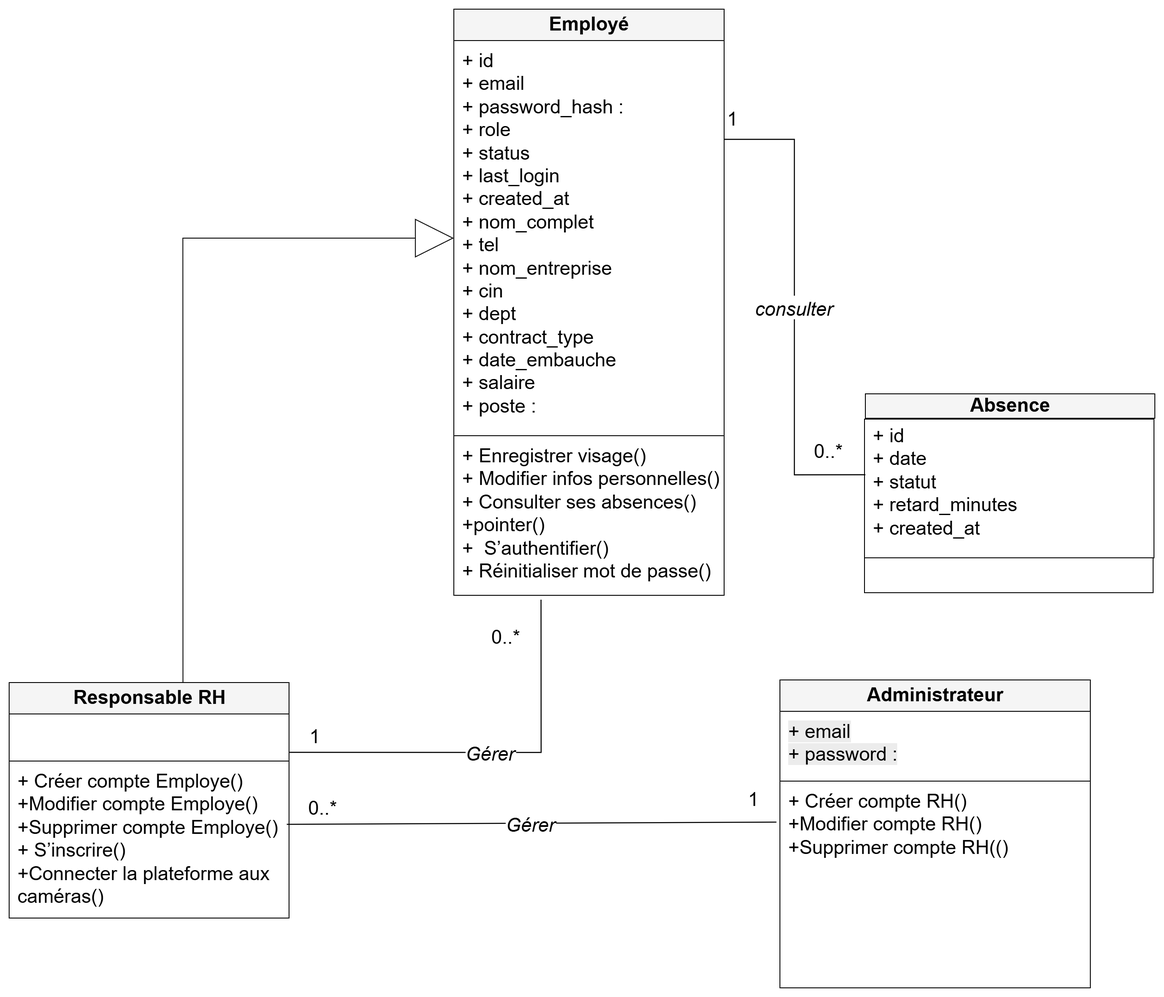
Earlier version of the draw.io export projet/images/classe finale/daigramme_de_classe_s2.png (louu7895/pfe). Source tidied: cells renumbered, new cells last; positions are measured from the earlier drawing's top-left corner, leaving out a move shared by most shapes.
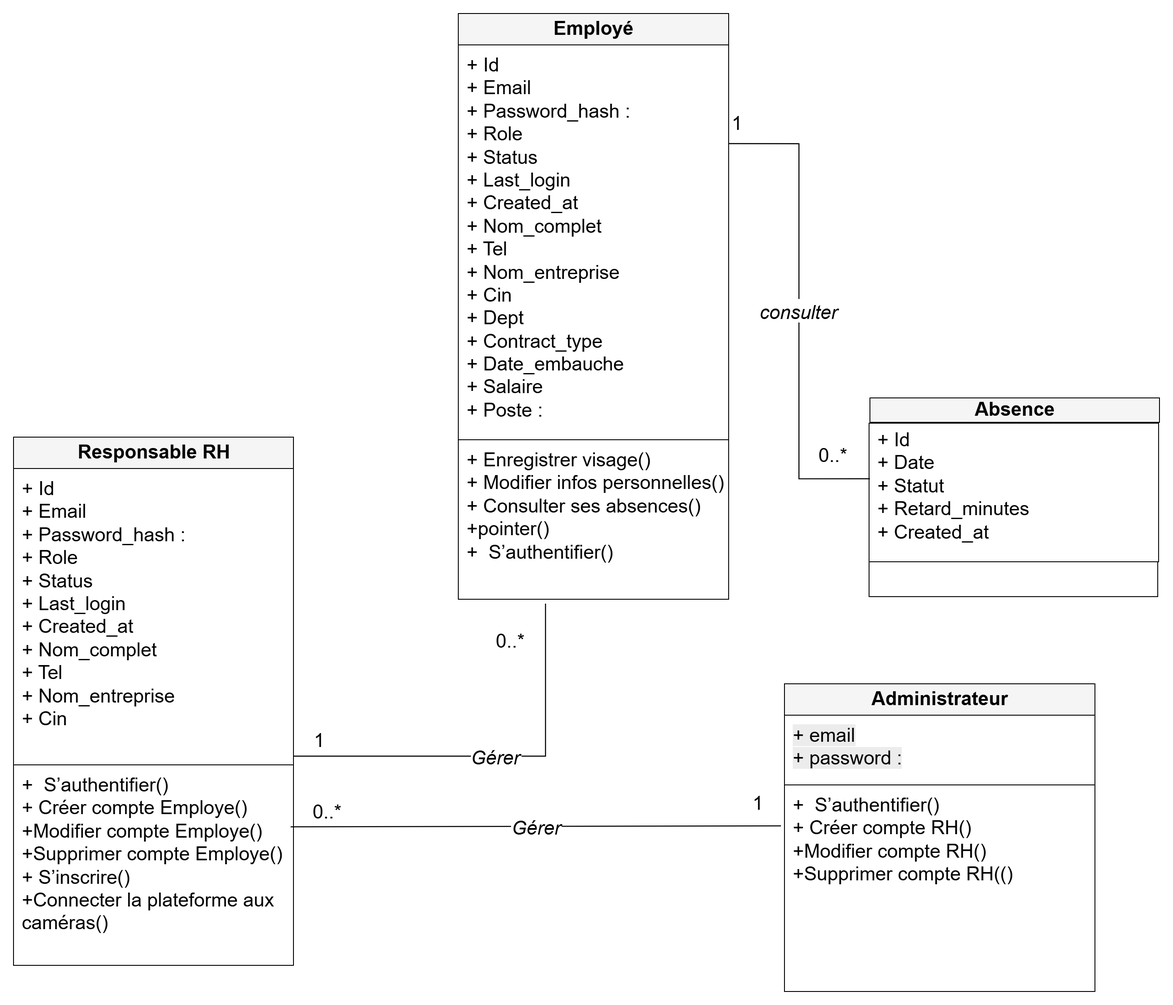
The same diagram one commit later.

Change to the diagram source:
```diff
@@ -3,13 +3,13 @@
     <mxCell id="0" />
     <mxCell id="1" parent="0" />
     <mxCell id="2" value="&lt;b&gt;Responsable&amp;nbsp;&lt;/b&gt;&lt;b&gt;RH&lt;/b&gt;" style="text;html=1;strokeColor=#000000;fillColor=#F5F5F5;align=center;verticalAlign=middle;fontSize=22;fontFamily=Helvetica;spacingTop=4;spacingBottom=4;" parent="1" vertex="1">
-      <mxGeometry y="772" width="321" height="36" as="geometry" />
+      <mxGeometry y="486" width="321" height="36" as="geometry" />
     </mxCell>
-    <mxCell id="3" style="text;html=1;strokeColor=#000000;fillColor=#FFFFFF;align=left;verticalAlign=top;fontSize=22;fontFamily=Helvetica;spacingLeft=8;spacingTop=4;spacingBottom=4;" parent="1" vertex="1">
-      <mxGeometry y="808" width="321" height="54" as="geometry" />
+    <mxCell id="3" value="&lt;div&gt;+ Id&amp;nbsp;&lt;br&gt;+ Email&lt;br&gt;+ Password_hash :&amp;nbsp;&lt;br&gt;+ Role&amp;nbsp;&lt;br&gt;+ Status&amp;nbsp;&lt;br&gt;+ Last_login&amp;nbsp;&lt;br&gt;+ Created_at&amp;nbsp;&lt;div&gt;+ Nom_complet&amp;nbsp;&amp;nbsp;&lt;br&gt;+ Tel&amp;nbsp;&lt;/div&gt;&lt;div&gt;+ Nom_entreprise&amp;nbsp;&lt;/div&gt;&lt;/div&gt;+ Cin&amp;nbsp;" style="text;html=1;strokeColor=#000000;fillColor=#FFFFFF;align=left;verticalAlign=top;fontSize=22;fontFamily=Helvetica;spacingLeft=8;spacingTop=4;spacingBottom=4;" parent="1" vertex="1">
+      <mxGeometry y="522" width="321" height="340" as="geometry" />
     </mxCell>
-    <mxCell id="4" value="+ Créer compte Employe()&lt;br&gt;+Modifier compte Employe()&lt;br&gt;+Supprimer compte Employe(&lt;span style=&quot;background-color: transparent; color: light-dark(rgb(0, 0, 0), rgb(255, 255, 255));&quot;&gt;)&lt;/span&gt;&lt;div&gt;&lt;span style=&quot;background-color: transparent; color: light-dark(rgb(0, 0, 0), rgb(255, 255, 255));&quot;&gt;+&amp;nbsp;&lt;/span&gt;&lt;span style=&quot;background-color: transparent; color: light-dark(rgb(0, 0, 0), rgb(255, 255, 255));&quot;&gt;S’inscrire()&lt;/span&gt;&lt;/div&gt;&lt;div&gt;&lt;span style=&quot;background-color: transparent; color: light-dark(rgb(0, 0, 0), rgb(255, 255, 255));&quot;&gt;+&lt;/span&gt;&lt;span style=&quot;background-color: transparent; color: light-dark(rgb(0, 0, 0), rgb(255, 255, 255));&quot;&gt;Connecter la plateforme aux&lt;br&gt;caméras()&lt;/span&gt;&lt;span style=&quot;background-color: transparent; color: light-dark(rgb(0, 0, 0), rgb(255, 255, 255));&quot;&gt;&lt;br&gt;&lt;/span&gt;&lt;/div&gt;" style="text;html=1;strokeColor=#000000;fillColor=#FFFFFF;align=left;verticalAlign=top;fontSize=22;fontFamily=Helvetica;spacingLeft=8;spacingTop=4;spacingBottom=4;" parent="1" vertex="1">
-      <mxGeometry y="862" width="321" height="180" as="geometry" />
+    <mxCell id="4" value="&lt;div&gt;+&amp;nbsp; S’authentifier()&lt;/div&gt;+ Créer compte Employe()&lt;br&gt;+Modifier compte Employe()&lt;br&gt;+Supprimer compte Employe(&lt;span style=&quot;background-color: transparent; color: light-dark(rgb(0, 0, 0), rgb(255, 255, 255));&quot;&gt;)&lt;/span&gt;&lt;div&gt;&lt;span style=&quot;background-color: transparent; color: light-dark(rgb(0, 0, 0), rgb(255, 255, 255));&quot;&gt;+&amp;nbsp;&lt;/span&gt;&lt;span style=&quot;background-color: transparent; color: light-dark(rgb(0, 0, 0), rgb(255, 255, 255));&quot;&gt;S’inscrire()&lt;/span&gt;&lt;/div&gt;&lt;div&gt;&lt;span style=&quot;background-color: transparent; color: light-dark(rgb(0, 0, 0), rgb(255, 255, 255));&quot;&gt;+&lt;/span&gt;&lt;span style=&quot;background-color: transparent; color: light-dark(rgb(0, 0, 0), rgb(255, 255, 255));&quot;&gt;Connecter la plateforme aux&lt;br&gt;caméras()&lt;/span&gt;&lt;span style=&quot;background-color: transparent; color: light-dark(rgb(0, 0, 0), rgb(255, 255, 255));&quot;&gt;&lt;br&gt;&lt;/span&gt;&lt;/div&gt;" style="text;html=1;strokeColor=#000000;fillColor=#FFFFFF;align=left;verticalAlign=top;fontSize=22;fontFamily=Helvetica;spacingLeft=8;spacingTop=4;spacingBottom=4;" parent="1" vertex="1">
+      <mxGeometry y="862" width="321" height="230" as="geometry" />
     </mxCell>
     <mxCell id="5" value="&lt;b&gt;Administrateur&lt;/b&gt;" style="text;html=1;strokeColor=#000000;fillColor=#F5F5F5;align=center;verticalAlign=middle;fontSize=22;fontFamily=Helvetica;spacingTop=4;spacingBottom=4;" parent="1" vertex="1">
       <mxGeometry x="884" y="769" width="356" height="36" as="geometry" />
@@ -17,7 +17,7 @@
     <mxCell id="6" value="&lt;span style=&quot;color: rgb(0, 0, 0); font-family: Helvetica; font-style: normal; font-variant-ligatures: normal; font-variant-caps: normal; font-weight: 400; letter-spacing: normal; orphans: 2; text-align: left; text-indent: 0px; text-transform: none; widows: 2; word-spacing: 0px; -webkit-text-stroke-width: 0px; white-space: nowrap; background-color: rgb(236, 236, 236); text-decoration-thickness: initial; text-decoration-style: initial; text-decoration-color: initial; float: none; display: inline !important;&quot;&gt;+ email&lt;/span&gt;&lt;br style=&quot;forced-color-adjust: none; color: rgb(0, 0, 0); font-family: Helvetica; font-style: normal; font-variant-ligatures: normal; font-variant-caps: normal; font-weight: 400; letter-spacing: normal; orphans: 2; text-align: left; text-indent: 0px; text-transform: none; widows: 2; word-spacing: 0px; -webkit-text-stroke-width: 0px; white-space: nowrap; background-color: rgb(236, 236, 236); text-decoration-thickness: initial; text-decoration-style: initial; text-decoration-color: initial;&quot;&gt;&lt;span style=&quot;color: rgb(0, 0, 0); font-family: Helvetica; font-style: normal; font-variant-ligatures: normal; font-variant-caps: normal; font-weight: 400; letter-spacing: normal; orphans: 2; text-align: left; text-indent: 0px; text-transform: none; widows: 2; word-spacing: 0px; -webkit-text-stroke-width: 0px; white-space: nowrap; background-color: rgb(236, 236, 236); text-decoration-thickness: initial; text-decoration-style: initial; text-decoration-color: initial; float: none; display: inline !important;&quot;&gt;+ password :&lt;/span&gt;" style="text;html=1;strokeColor=#000000;fillColor=#FFFFFF;align=left;verticalAlign=top;fontSize=22;fontFamily=Helvetica;spacingLeft=8;spacingTop=4;spacingBottom=4;" parent="1" vertex="1">
       <mxGeometry x="884" y="805" width="356" height="80" as="geometry" />
     </mxCell>
-    <mxCell id="7" value="+ Créer compte RH()&lt;br&gt;+Modifier compte RH()&lt;br&gt;+Supprimer compte RH(()&lt;div&gt;&lt;br&gt;&lt;div&gt;&lt;br&gt;&lt;/div&gt;&lt;/div&gt;" style="text;html=1;strokeColor=#000000;fillColor=#FFFFFF;align=left;verticalAlign=top;fontSize=22;fontFamily=Helvetica;spacingLeft=8;spacingTop=4;spacingBottom=4;" parent="1" vertex="1">
+    <mxCell id="7" value="&lt;div&gt;&lt;span style=&quot;background-color: transparent; color: light-dark(rgb(0, 0, 0), rgb(255, 255, 255));&quot;&gt;+&amp;nbsp; S’authentifier()&lt;/span&gt;&lt;/div&gt;&lt;div&gt;+ Créer compte RH()&lt;br&gt;+Modifier compte RH()&lt;br&gt;+Supprimer compte RH(()&lt;div&gt;&lt;br&gt;&lt;div&gt;&lt;br&gt;&lt;/div&gt;&lt;/div&gt;&lt;/div&gt;" style="text;html=1;strokeColor=#000000;fillColor=#FFFFFF;align=left;verticalAlign=top;fontSize=22;fontFamily=Helvetica;spacingLeft=8;spacingTop=4;spacingBottom=4;" parent="1" vertex="1">
       <mxGeometry x="884" y="885" width="356" height="237" as="geometry" />
     </mxCell>
     <mxCell id="8" value="Gérer" style="endArrow=none;endFill=0;strokeColor=#000000;strokeWidth=1.2;align=center;fontSize=22;fontFamily=Helvetica;fontStyle=2;edgeStyle=orthogonalEdgeStyle;rounded=0;curved=0;exitX=1;exitY=0.25;exitDx=0;exitDy=0;" parent="1" edge="1">
@@ -26,7 +26,7 @@
         <mxPoint x="610" y="677" as="targetPoint" />
       </mxGeometry>
     </mxCell>
-    <mxCell id="9" value="Gérer" style="endArrow=none;endFill=0;strokeColor=#000000;strokeWidth=1.2;align=center;fontSize=22;fontFamily=Helvetica;fontStyle=2;rounded=0;exitX=0.992;exitY=0.403;exitDx=0;exitDy=0;exitPerimeter=0;" parent="1" edge="1" source="4">
+    <mxCell id="9" value="Gérer" style="endArrow=none;endFill=0;strokeColor=#000000;strokeWidth=1.2;align=center;fontSize=22;fontFamily=Helvetica;fontStyle=2;rounded=0;exitX=0.99;exitY=0.309;exitDx=0;exitDy=0;exitPerimeter=0;" parent="1" edge="1" source="4">
       <mxGeometry relative="1" as="geometry">
         <mxPoint x="880" y="932" as="targetPoint" />
       </mxGeometry>
@@ -40,10 +40,10 @@
     <mxCell id="12" value="&lt;b&gt;Employé&lt;/b&gt;" style="text;html=1;strokeColor=#000000;fillColor=#F5F5F5;align=center;verticalAlign=middle;fontSize=22;fontFamily=Helvetica;spacingTop=4;spacingBottom=4;" parent="1" vertex="1">
       <mxGeometry x="510" width="310" height="36" as="geometry" />
     </mxCell>
-    <mxCell id="13" value="&lt;div&gt;+ id&amp;nbsp;&lt;br&gt;+ email&lt;br&gt;+ password_hash :&amp;nbsp;&lt;br&gt;+ role&amp;nbsp;&lt;br&gt;+ status&amp;nbsp;&lt;br&gt;+ last_login&amp;nbsp;&lt;br&gt;+ created_at&amp;nbsp;&lt;div&gt;+ nom_complet&amp;nbsp;&amp;nbsp;&lt;br&gt;+ tel&amp;nbsp;&lt;/div&gt;&lt;div&gt;+ nom_entreprise&amp;nbsp;&lt;/div&gt;&lt;/div&gt;+ cin&amp;nbsp;&lt;br&gt;+ dept&amp;nbsp;&lt;br&gt;+ contract_type&amp;nbsp;&lt;br&gt;+ date_embauche&amp;nbsp;&lt;br&gt;+ salaire&amp;nbsp;&lt;br&gt;+ poste :&amp;nbsp;" style="text;html=1;strokeColor=#000000;fillColor=#FFFFFF;align=left;verticalAlign=top;fontSize=22;fontFamily=Helvetica;spacingLeft=8;spacingTop=4;spacingBottom=4;" parent="1" vertex="1">
+    <mxCell id="13" value="&lt;div&gt;+ Id&amp;nbsp;&lt;br&gt;+ Email&lt;br&gt;+ Password_hash :&amp;nbsp;&lt;br&gt;+ Role&amp;nbsp;&lt;br&gt;+ Status&amp;nbsp;&lt;br&gt;+ Last_login&amp;nbsp;&lt;br&gt;+ Created_at&amp;nbsp;&lt;div&gt;+ Nom_complet&amp;nbsp;&amp;nbsp;&lt;br&gt;+ Tel&amp;nbsp;&lt;/div&gt;&lt;div&gt;+ Nom_entreprise&amp;nbsp;&lt;/div&gt;&lt;/div&gt;+ Cin&amp;nbsp;&lt;br&gt;+ Dept&amp;nbsp;&lt;br&gt;+ Contract_type&amp;nbsp;&lt;br&gt;+ Date_embauche&amp;nbsp;&lt;br&gt;+ Salaire&amp;nbsp;&lt;br&gt;+ Poste :&amp;nbsp;" style="text;html=1;strokeColor=#000000;fillColor=#FFFFFF;align=left;verticalAlign=top;fontSize=22;fontFamily=Helvetica;spacingLeft=8;spacingTop=4;spacingBottom=4;" parent="1" vertex="1">
       <mxGeometry x="510" y="36" width="310" height="453" as="geometry" />
     </mxCell>
-    <mxCell id="14" value="+ Enregistrer visage()&lt;div&gt;+ Modifier infos personnelles()&lt;/div&gt;&lt;div&gt;+ Consulter ses absences()&lt;br&gt;&lt;/div&gt;&lt;div&gt;+pointer()&lt;/div&gt;&lt;div&gt;+&amp;nbsp; S’authentifier()&lt;br&gt;+ Réinitialiser mot de passe()&lt;/div&gt;" style="text;html=1;strokeColor=#000000;fillColor=#FFFFFF;align=left;verticalAlign=top;fontSize=22;fontFamily=Helvetica;spacingLeft=8;spacingTop=4;spacingBottom=4;" parent="1" vertex="1">
+    <mxCell id="14" value="+ Enregistrer visage()&lt;div&gt;+ Modifier infos personnelles()&lt;/div&gt;&lt;div&gt;+ Consulter ses absences()&lt;br&gt;&lt;/div&gt;&lt;div&gt;+pointer()&lt;/div&gt;&lt;div&gt;+&amp;nbsp; S’authentifier()&lt;br&gt;&lt;br&gt;&lt;/div&gt;" style="text;html=1;strokeColor=#000000;fillColor=#FFFFFF;align=left;verticalAlign=top;fontSize=22;fontFamily=Helvetica;spacingLeft=8;spacingTop=4;spacingBottom=4;" parent="1" vertex="1">
       <mxGeometry x="510" y="489" width="310" height="183" as="geometry" />
     </mxCell>
     <mxCell id="15" value="&lt;font&gt;0..*&lt;/font&gt;" style="text;html=1;whiteSpace=wrap;strokeColor=none;fillColor=none;align=center;verticalAlign=middle;rounded=0;fontSize=22;" parent="1" vertex="1">
@@ -52,13 +52,10 @@
     <mxCell id="16" value="&lt;font&gt;1&lt;/font&gt;" style="text;html=1;whiteSpace=wrap;strokeColor=none;fillColor=none;align=center;verticalAlign=middle;rounded=0;fontSize=22;" parent="1" vertex="1">
       <mxGeometry x="824" y="892" width="60" height="30" as="geometry" />
     </mxCell>
-    <mxCell id="17" style="endArrow=block;endFill=0;endSize=42;html=1;rounded=0;exitX=0.621;exitY=0;exitDx=0;exitDy=0;startSize=999;edgeStyle=orthogonalEdgeStyle;exitPerimeter=0;entryX=0;entryY=0.5;entryDx=0;entryDy=0;fontSize=22;" parent="1" edge="1" source="2" target="13">
-      <mxGeometry relative="1" as="geometry" />
-    </mxCell>
     <mxCell id="18" value="Absence" style="text;html=1;strokeColor=#000000;fillColor=#F5F5F5;align=center;verticalAlign=middle;fontSize=22;fontFamily=Helvetica;fontStyle=1;" parent="1" vertex="1">
       <mxGeometry x="982" y="441" width="332" height="28" as="geometry" />
     </mxCell>
-    <mxCell id="19" value="+ id&amp;nbsp;&lt;div&gt;+ date&amp;nbsp;&lt;br&gt;+ statut&amp;nbsp;&lt;br&gt;+ retard_minutes&amp;nbsp;&lt;br&gt;+ created_at&amp;nbsp;&lt;/div&gt;" style="text;html=1;strokeColor=#000000;fillColor=#FFFFFF;align=left;verticalAlign=top;fontSize=22;fontFamily=Helvetica;spacingLeft=8;" parent="1" vertex="1">
+    <mxCell id="19" value="+ Id&amp;nbsp;&lt;div&gt;+ Date&amp;nbsp;&lt;br&gt;+ Statut&amp;nbsp;&lt;br&gt;+ Retard_minutes&amp;nbsp;&lt;br&gt;+ Created_at&amp;nbsp;&lt;/div&gt;" style="text;html=1;strokeColor=#000000;fillColor=#FFFFFF;align=left;verticalAlign=top;fontSize=22;fontFamily=Helvetica;spacingLeft=8;" parent="1" vertex="1">
       <mxGeometry x="981" y="470" width="332" height="159" as="geometry" />
     </mxCell>
     <mxCell id="20" style="text;html=1;strokeColor=#000000;fillColor=#FFFFFF;align=left;verticalAlign=top;fontSize=22;fontFamily=Helvetica;spacingLeft=8;" parent="1" vertex="1">
```
